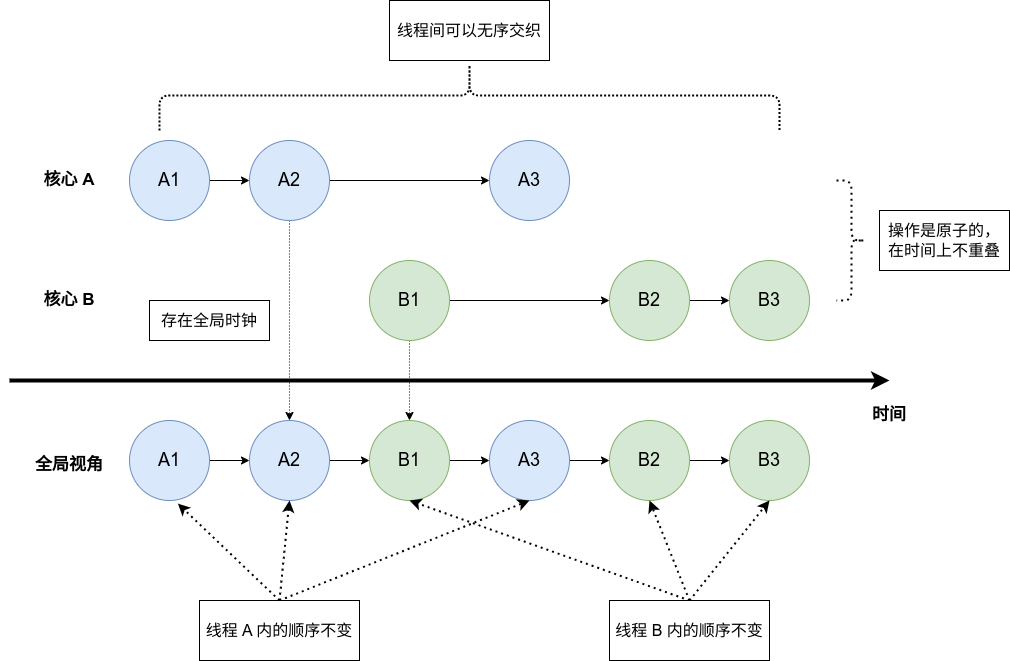
Above: posts/6c683641/consistency1.drawio.png in Thysrael/Thysrael.github.io (draw.io), before the change. Source tidied: cells renumbered, new cells last; positions are measured from the earlier drawing's top-left corner, leaving out a move shared by most shapes. Source of this version:
```xml
<mxGraphModel>
  <root>
    <mxCell id="0" />
    <mxCell id="1" parent="0" />
    <mxCell id="2" style="edgeStyle=orthogonalEdgeStyle;rounded=0;jettySize=auto;html=1;exitX=1;exitY=0.5;exitDx=0;exitDy=0;entryX=0;entryY=0.5;entryDx=0;entryDy=0;" parent="1" edge="1" source="3" target="6">
      <mxGeometry relative="1" as="geometry" />
    </mxCell>
    <mxCell id="3" value="&lt;font style=&quot;font-size: 18px;&quot;&gt;A1&lt;/font&gt;" style="ellipse;whiteSpace=wrap;html=1;fillColor=#dae8fc;strokeColor=#6c8ebf;" parent="1" vertex="1">
      <mxGeometry x="120" y="140" width="80" height="80" as="geometry" />
    </mxCell>
    <mxCell id="4" style="edgeStyle=orthogonalEdgeStyle;rounded=0;jettySize=auto;html=1;exitX=1;exitY=0.5;exitDx=0;exitDy=0;entryX=0;entryY=0.5;entryDx=0;entryDy=0;" parent="1" edge="1" source="6" target="10">
      <mxGeometry relative="1" as="geometry" />
    </mxCell>
    <mxCell id="5" style="edgeStyle=orthogonalEdgeStyle;rounded=0;jettySize=auto;html=1;exitX=0.5;exitY=1;exitDx=0;exitDy=0;entryX=0.5;entryY=0;entryDx=0;entryDy=0;dashed=1;dashPattern=1 2;" parent="1" edge="1" source="6" target="21">
      <mxGeometry relative="1" as="geometry" />
    </mxCell>
    <mxCell id="6" value="&lt;font style=&quot;font-size: 18px;&quot;&gt;A2&lt;/font&gt;" style="ellipse;whiteSpace=wrap;html=1;fillColor=#dae8fc;strokeColor=#6c8ebf;" parent="1" vertex="1">
      <mxGeometry x="240" y="140" width="80" height="80" as="geometry" />
    </mxCell>
    <mxCell id="7" style="edgeStyle=orthogonalEdgeStyle;rounded=0;jettySize=auto;html=1;exitX=1;exitY=0.5;exitDx=0;exitDy=0;entryX=0;entryY=0.5;entryDx=0;entryDy=0;" parent="1" edge="1" source="9" target="12">
      <mxGeometry relative="1" as="geometry" />
    </mxCell>
    <mxCell id="8" style="edgeStyle=orthogonalEdgeStyle;rounded=0;jettySize=auto;html=1;exitX=0.5;exitY=1;exitDx=0;exitDy=0;entryX=0.5;entryY=0;entryDx=0;entryDy=0;dashed=1;dashPattern=1 2;" parent="1" edge="1" source="9" target="23">
      <mxGeometry relative="1" as="geometry" />
    </mxCell>
    <mxCell id="9" value="&lt;font style=&quot;font-size: 18px;&quot;&gt;B1&lt;/font&gt;" style="ellipse;whiteSpace=wrap;html=1;fillColor=#d5e8d4;strokeColor=#82b366;" parent="1" vertex="1">
      <mxGeometry x="360" y="260" width="80" height="80" as="geometry" />
    </mxCell>
    <mxCell id="10" value="&lt;font style=&quot;font-size: 18px;&quot;&gt;A3&lt;/font&gt;" style="ellipse;whiteSpace=wrap;html=1;fillColor=#dae8fc;strokeColor=#6c8ebf;" parent="1" vertex="1">
      <mxGeometry x="480" y="140" width="80" height="80" as="geometry" />
    </mxCell>
    <mxCell id="11" style="edgeStyle=orthogonalEdgeStyle;rounded=0;jettySize=auto;html=1;exitX=1;exitY=0.5;exitDx=0;exitDy=0;entryX=0;entryY=0.5;entryDx=0;entryDy=0;" parent="1" edge="1" source="12" target="13">
      <mxGeometry relative="1" as="geometry" />
    </mxCell>
    <mxCell id="12" value="&lt;font style=&quot;font-size: 18px;&quot;&gt;B2&lt;/font&gt;" style="ellipse;whiteSpace=wrap;html=1;fillColor=#d5e8d4;strokeColor=#82b366;" parent="1" vertex="1">
      <mxGeometry x="600" y="260" width="80" height="80" as="geometry" />
    </mxCell>
    <mxCell id="13" value="&lt;font style=&quot;font-size: 18px;&quot;&gt;B3&lt;/font&gt;" style="ellipse;whiteSpace=wrap;html=1;fillColor=#d5e8d4;strokeColor=#82b366;" parent="1" vertex="1">
      <mxGeometry x="720" y="260" width="80" height="80" as="geometry" />
    </mxCell>
    <mxCell id="14" style="endArrow=classic;html=1;rounded=0;strokeColor=default;strokeWidth=4;" parent="1" edge="1">
      <mxGeometry relative="1" as="geometry">
        <mxPoint y="380" as="sourcePoint" />
        <mxPoint x="880" y="380" as="targetPoint" />
      </mxGeometry>
    </mxCell>
    <mxCell id="15" value="&lt;font style=&quot;font-size: 17px;&quot;&gt;&lt;b&gt;核心 A&lt;/b&gt;&lt;/font&gt;" style="text;html=1;align=center;verticalAlign=middle;whiteSpace=wrap;rounded=0;" parent="1" vertex="1">
      <mxGeometry x="30" y="165" width="60" height="30" as="geometry" />
    </mxCell>
    <mxCell id="16" value="&lt;font style=&quot;font-size: 17px;&quot;&gt;&lt;b&gt;核心 B&lt;/b&gt;&lt;/font&gt;" style="text;html=1;align=center;verticalAlign=middle;whiteSpace=wrap;rounded=0;" parent="1" vertex="1">
      <mxGeometry x="30" y="285" width="60" height="30" as="geometry" />
    </mxCell>
    <mxCell id="17" value="&lt;font style=&quot;font-size: 17px;&quot;&gt;&lt;b&gt;全局视角&lt;/b&gt;&lt;/font&gt;" style="text;html=1;align=center;verticalAlign=middle;whiteSpace=wrap;rounded=0;" parent="1" vertex="1">
      <mxGeometry x="15" y="450" width="90" height="30" as="geometry" />
    </mxCell>
    <mxCell id="18" style="edgeStyle=orthogonalEdgeStyle;rounded=0;jettySize=auto;html=1;exitX=1;exitY=0.5;exitDx=0;exitDy=0;entryX=0;entryY=0.5;entryDx=0;entryDy=0;" parent="1" edge="1" source="19" target="21">
      <mxGeometry relative="1" as="geometry" />
    </mxCell>
    <mxCell id="19" value="&lt;font style=&quot;font-size: 18px;&quot;&gt;A1&lt;/font&gt;" style="ellipse;whiteSpace=wrap;html=1;fillColor=#dae8fc;strokeColor=#6c8ebf;" parent="1" vertex="1">
      <mxGeometry x="120" y="420" width="80" height="80" as="geometry" />
    </mxCell>
    <mxCell id="20" style="edgeStyle=orthogonalEdgeStyle;rounded=0;jettySize=auto;html=1;exitX=1;exitY=0.5;exitDx=0;exitDy=0;" parent="1" edge="1" source="21" target="23">
      <mxGeometry relative="1" as="geometry" />
    </mxCell>
    <mxCell id="21" value="&lt;font style=&quot;font-size: 18px;&quot;&gt;A2&lt;/font&gt;" style="ellipse;whiteSpace=wrap;html=1;fillColor=#dae8fc;strokeColor=#6c8ebf;" parent="1" vertex="1">
      <mxGeometry x="240" y="420" width="80" height="80" as="geometry" />
    </mxCell>
    <mxCell id="22" style="edgeStyle=orthogonalEdgeStyle;rounded=0;jettySize=auto;html=1;exitX=1;exitY=0.5;exitDx=0;exitDy=0;entryX=0;entryY=0.5;entryDx=0;entryDy=0;" parent="1" edge="1" source="23" target="25">
      <mxGeometry relative="1" as="geometry" />
    </mxCell>
    <mxCell id="23" value="&lt;font style=&quot;font-size: 18px;&quot;&gt;B1&lt;/font&gt;" style="ellipse;whiteSpace=wrap;html=1;fillColor=#d5e8d4;strokeColor=#82b366;" parent="1" vertex="1">
      <mxGeometry x="360" y="420" width="80" height="80" as="geometry" />
    </mxCell>
    <mxCell id="24" style="edgeStyle=orthogonalEdgeStyle;rounded=0;jettySize=auto;html=1;exitX=1;exitY=0.5;exitDx=0;exitDy=0;entryX=0;entryY=0.5;entryDx=0;entryDy=0;" parent="1" edge="1" source="25" target="27">
      <mxGeometry relative="1" as="geometry" />
    </mxCell>
    <mxCell id="25" value="&lt;font style=&quot;font-size: 18px;&quot;&gt;A3&lt;/font&gt;" style="ellipse;whiteSpace=wrap;html=1;fillColor=#dae8fc;strokeColor=#6c8ebf;" parent="1" vertex="1">
      <mxGeometry x="480" y="420" width="80" height="80" as="geometry" />
    </mxCell>
    <mxCell id="26" style="edgeStyle=orthogonalEdgeStyle;rounded=0;jettySize=auto;html=1;exitX=1;exitY=0.5;exitDx=0;exitDy=0;entryX=0;entryY=0.5;entryDx=0;entryDy=0;" parent="1" edge="1" source="27" target="28">
      <mxGeometry relative="1" as="geometry" />
    </mxCell>
    <mxCell id="27" value="&lt;font style=&quot;font-size: 18px;&quot;&gt;B2&lt;/font&gt;" style="ellipse;whiteSpace=wrap;html=1;fillColor=#d5e8d4;strokeColor=#82b366;" parent="1" vertex="1">
      <mxGeometry x="600" y="420" width="80" height="80" as="geometry" />
    </mxCell>
    <mxCell id="28" value="&lt;font style=&quot;font-size: 18px;&quot;&gt;B3&lt;/font&gt;" style="ellipse;whiteSpace=wrap;html=1;fillColor=#d5e8d4;strokeColor=#82b366;" parent="1" vertex="1">
      <mxGeometry x="720" y="420" width="80" height="80" as="geometry" />
    </mxCell>
    <mxCell id="29" style="rounded=0;jettySize=auto;html=1;exitX=0.5;exitY=0;exitDx=0;exitDy=0;entryX=0.5;entryY=1;entryDx=0;entryDy=0;dashed=1;dashPattern=1 2;strokeWidth=2;" parent="1" edge="1" source="31" target="21">
      <mxGeometry relative="1" as="geometry" />
    </mxCell>
    <mxCell id="30" style="rounded=0;jettySize=auto;html=1;exitX=0.5;exitY=0;exitDx=0;exitDy=0;entryX=0.5;entryY=1;entryDx=0;entryDy=0;dashed=1;dashPattern=1 2;strokeWidth=2;" parent="1" edge="1" source="31" target="25">
      <mxGeometry relative="1" as="geometry" />
    </mxCell>
    <mxCell id="31" value="&lt;font style=&quot;font-size: 16px;&quot;&gt;线程 A 内的顺序不变&lt;/font&gt;" style="rounded=0;whiteSpace=wrap;html=1;" parent="1" vertex="1">
      <mxGeometry x="190" y="600" width="160" height="60" as="geometry" />
    </mxCell>
    <mxCell id="32" style="rounded=0;jettySize=auto;html=1;exitX=0.5;exitY=0;exitDx=0;exitDy=0;entryX=0.5;entryY=1;entryDx=0;entryDy=0;dashed=1;dashPattern=1 2;strokeWidth=2;" parent="1" edge="1" source="35" target="23">
      <mxGeometry relative="1" as="geometry" />
    </mxCell>
    <mxCell id="33" style="rounded=0;jettySize=auto;html=1;exitX=0.5;exitY=0;exitDx=0;exitDy=0;entryX=0.5;entryY=1;entryDx=0;entryDy=0;dashed=1;dashPattern=1 2;strokeWidth=2;" parent="1" edge="1" source="35" target="27">
      <mxGeometry relative="1" as="geometry" />
    </mxCell>
    <mxCell id="34" style="rounded=0;jettySize=auto;html=1;exitX=0.5;exitY=0;exitDx=0;exitDy=0;entryX=0.5;entryY=1;entryDx=0;entryDy=0;dashed=1;dashPattern=1 2;strokeWidth=2;" parent="1" edge="1" source="35" target="28">
      <mxGeometry relative="1" as="geometry" />
    </mxCell>
    <mxCell id="35" value="&lt;font style=&quot;font-size: 16px;&quot;&gt;线程 B 内的顺序不变&lt;/font&gt;" style="rounded=0;whiteSpace=wrap;html=1;" parent="1" vertex="1">
      <mxGeometry x="600" y="600" width="160" height="60" as="geometry" />
    </mxCell>
    <mxCell id="36" style="shape=curlyBracket;whiteSpace=wrap;html=1;rounded=1;flipH=1;labelPosition=right;verticalLabelPosition=middle;align=left;verticalAlign=middle;direction=south;strokeWidth=2;dashed=1;dashPattern=1 1;" parent="1" vertex="1">
      <mxGeometry x="150" y="60" width="620" height="70" as="geometry" />
    </mxCell>
    <mxCell id="37" style="rounded=0;jettySize=auto;html=1;exitX=0.5;exitY=0;exitDx=0;exitDy=0;entryX=0.605;entryY=1.039;entryDx=0;entryDy=0;entryPerimeter=0;dashed=1;dashPattern=1 2;strokeWidth=2;" parent="1" edge="1" source="31" target="19">
      <mxGeometry relative="1" as="geometry" />
    </mxCell>
    <mxCell id="38" value="&lt;span style=&quot;font-size: 16px;&quot;&gt;线程间可以无序交织&lt;/span&gt;" style="rounded=0;whiteSpace=wrap;html=1;" parent="1" vertex="1">
      <mxGeometry x="380" width="160" height="60" as="geometry" />
    </mxCell>
    <mxCell id="39" style="shape=curlyBracket;whiteSpace=wrap;html=1;rounded=1;flipH=1;labelPosition=right;verticalLabelPosition=middle;align=left;verticalAlign=middle;strokeWidth=2;dashed=1;dashPattern=1 2;" parent="1" vertex="1">
      <mxGeometry x="827" y="180" width="30" height="120" as="geometry" />
    </mxCell>
    <mxCell id="40" value="&lt;span style=&quot;font-size: 16px;&quot;&gt;操作是原子的，&lt;/span&gt;&lt;span style=&quot;font-size: 16px; background-color: initial;&quot;&gt;在时间上不重叠&lt;/span&gt;" style="rounded=0;whiteSpace=wrap;html=1;" parent="1" vertex="1">
      <mxGeometry x="870" y="210" width="130" height="60" as="geometry" />
    </mxCell>
    <mxCell id="41" value="&lt;font style=&quot;font-size: 17px;&quot;&gt;&lt;b&gt;时间&lt;/b&gt;&lt;/font&gt;" style="text;html=1;align=center;verticalAlign=middle;whiteSpace=wrap;rounded=0;" parent="1" vertex="1">
      <mxGeometry x="850" y="400" width="60" height="30" as="geometry" />
    </mxCell>
    <mxCell id="42" value="&lt;span style=&quot;font-size: 16px;&quot;&gt;存在全局时钟&lt;/span&gt;" style="rounded=0;whiteSpace=wrap;html=1;" parent="1" vertex="1">
      <mxGeometry x="140" y="300" width="120" height="40" as="geometry" />
    </mxCell>
  </root>
</mxGraphModel>
```
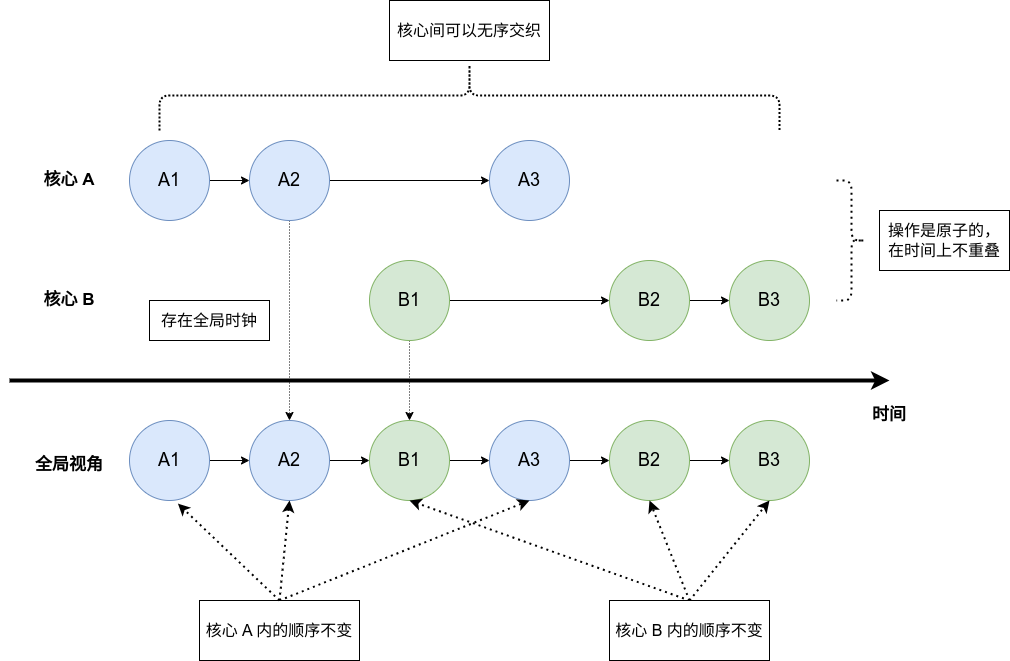
The same diagram one commit later.

Diff of the diagram source:
```diff
@@ -92,7 +92,7 @@
     <mxCell id="30" style="rounded=0;jettySize=auto;html=1;exitX=0.5;exitY=0;exitDx=0;exitDy=0;entryX=0.5;entryY=1;entryDx=0;entryDy=0;dashed=1;dashPattern=1 2;strokeWidth=2;" parent="1" edge="1" source="31" target="25">
       <mxGeometry relative="1" as="geometry" />
     </mxCell>
-    <mxCell id="31" value="&lt;font style=&quot;font-size: 16px;&quot;&gt;线程 A 内的顺序不变&lt;/font&gt;" style="rounded=0;whiteSpace=wrap;html=1;" parent="1" vertex="1">
+    <mxCell id="31" value="&lt;font style=&quot;font-size: 16px;&quot;&gt;核心 A 内的顺序不变&lt;/font&gt;" style="rounded=0;whiteSpace=wrap;html=1;" parent="1" vertex="1">
       <mxGeometry x="190" y="600" width="160" height="60" as="geometry" />
     </mxCell>
     <mxCell id="32" style="rounded=0;jettySize=auto;html=1;exitX=0.5;exitY=0;exitDx=0;exitDy=0;entryX=0.5;entryY=1;entryDx=0;entryDy=0;dashed=1;dashPattern=1 2;strokeWidth=2;" parent="1" edge="1" source="35" target="23">
@@ -104,7 +104,7 @@
     <mxCell id="34" style="rounded=0;jettySize=auto;html=1;exitX=0.5;exitY=0;exitDx=0;exitDy=0;entryX=0.5;entryY=1;entryDx=0;entryDy=0;dashed=1;dashPattern=1 2;strokeWidth=2;" parent="1" edge="1" source="35" target="28">
       <mxGeometry relative="1" as="geometry" />
     </mxCell>
-    <mxCell id="35" value="&lt;font style=&quot;font-size: 16px;&quot;&gt;线程 B 内的顺序不变&lt;/font&gt;" style="rounded=0;whiteSpace=wrap;html=1;" parent="1" vertex="1">
+    <mxCell id="35" value="&lt;font style=&quot;font-size: 16px;&quot;&gt;核心 B 内的顺序不变&lt;/font&gt;" style="rounded=0;whiteSpace=wrap;html=1;" parent="1" vertex="1">
       <mxGeometry x="600" y="600" width="160" height="60" as="geometry" />
     </mxCell>
     <mxCell id="36" style="shape=curlyBracket;whiteSpace=wrap;html=1;rounded=1;flipH=1;labelPosition=right;verticalLabelPosition=middle;align=left;verticalAlign=middle;direction=south;strokeWidth=2;dashed=1;dashPattern=1 1;" parent="1" vertex="1">
@@ -113,7 +113,7 @@
     <mxCell id="37" style="rounded=0;jettySize=auto;html=1;exitX=0.5;exitY=0;exitDx=0;exitDy=0;entryX=0.605;entryY=1.039;entryDx=0;entryDy=0;entryPerimeter=0;dashed=1;dashPattern=1 2;strokeWidth=2;" parent="1" edge="1" source="31" target="19">
       <mxGeometry relative="1" as="geometry" />
     </mxCell>
-    <mxCell id="38" value="&lt;span style=&quot;font-size: 16px;&quot;&gt;线程间可以无序交织&lt;/span&gt;" style="rounded=0;whiteSpace=wrap;html=1;" parent="1" vertex="1">
+    <mxCell id="38" value="&lt;span style=&quot;font-size: 16px;&quot;&gt;核心间可以无序交织&lt;/span&gt;" style="rounded=0;whiteSpace=wrap;html=1;" parent="1" vertex="1">
       <mxGeometry x="380" width="160" height="60" as="geometry" />
     </mxCell>
     <mxCell id="39" style="shape=curlyBracket;whiteSpace=wrap;html=1;rounded=1;flipH=1;labelPosition=right;verticalLabelPosition=middle;align=left;verticalAlign=middle;strokeWidth=2;dashed=1;dashPattern=1 2;" parent="1" vertex="1">
```
